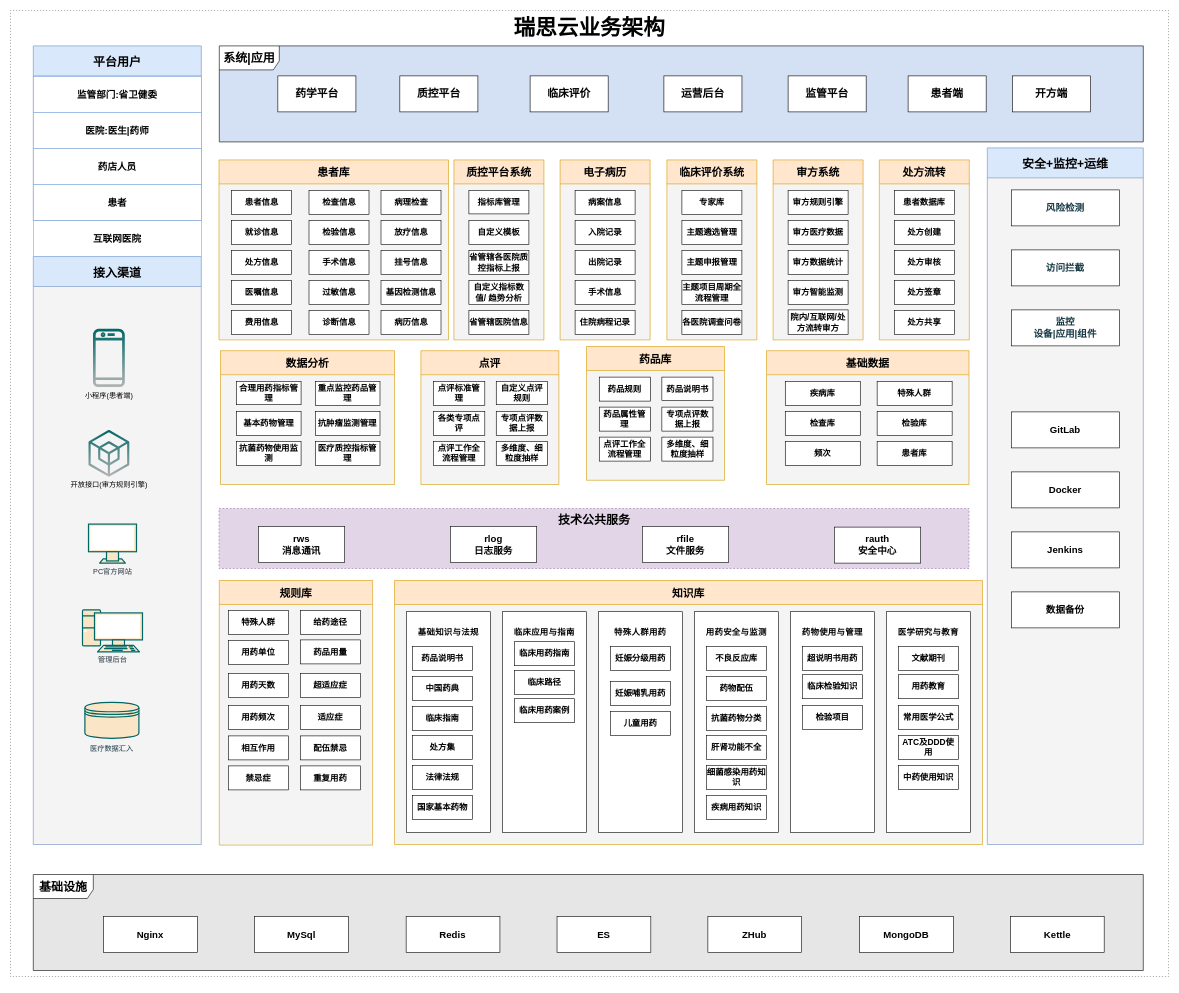
Above: page "【瑞思云业务架构】" (1 of 2) of 未命名绘图.drawio in tc608/dfile (draw.io), before the change. Source tidied: cells renumbered, new cells numbered last; positions are measured from the earlier drawing's top-left corner, leaving out a move shared by most shapes. Both pictures are drawn from the tidied source at 60%, with x=0, y=0 at pixel (10, 10).
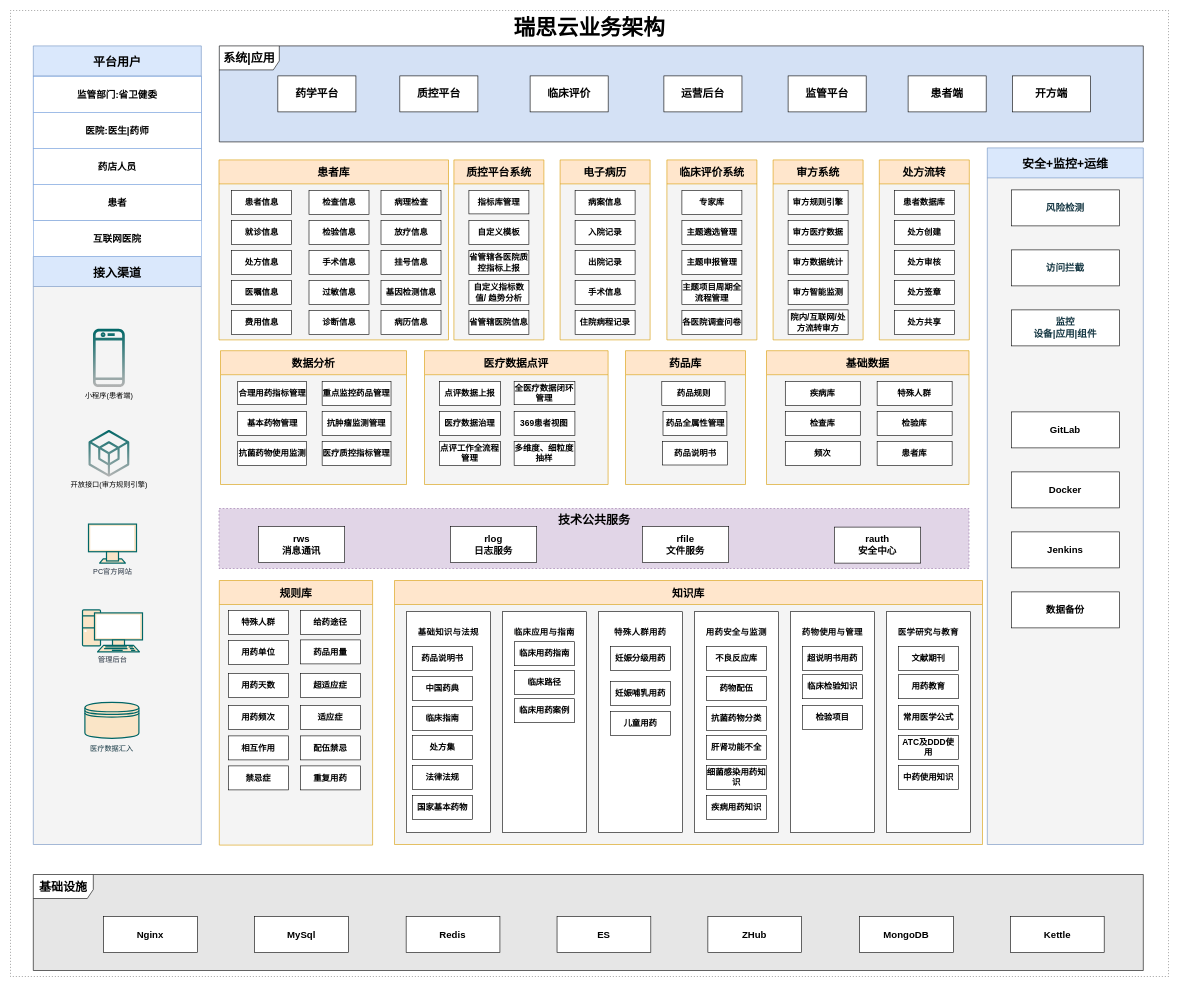
The same diagram, later.

Commit message (it also covers changes not shown here):
更新未命名绘图.drawio

Diff of the diagram source:
```diff
@@
     <mxCell id="141" style="group;" parent="1" vertex="1">
-      <mxGeometry x="350" y="567" width="290" height="223" as="geometry" />
+      <mxGeometry x="350" y="567" width="310" height="223" as="geometry" />
     </mxCell>
     <mxCell id="142" value="数据分析" style="swimlane;fontSize=18;align=center;swimlaneFillColor=#f4f4f4;fillColor=#ffe6cc;startSize=40;strokeColor=#d79b00;fontStyle=1;" parent="141" vertex="1">
-      <mxGeometry width="290" height="223" as="geometry" />
+      <mxGeometry width="310" height="223" as="geometry" />
     </mxCell>
     <mxCell id="143" value="合理用药指标管理" style="whiteSpace=wrap;html=1;fontSize=14;fontStyle=1;" parent="141" vertex="1">
-      <mxGeometry x="26.9" y="51" width="107.4" height="39" as="geometry" />
+      <mxGeometry x="28.7" y="51" width="114.8" height="39" as="geometry" />
     </mxCell>
     <mxCell id="144" value="基本药物管理" style="whiteSpace=wrap;html=1;fontSize=14;fontStyle=1;" parent="141" vertex="1">
-      <mxGeometry x="26.9" y="101" width="107.4" height="40" as="geometry" />
+      <mxGeometry x="28.7" y="101" width="114.8" height="40" as="geometry" />
     </mxCell>
     <mxCell id="145" value="抗菌药物使用监测" style="whiteSpace=wrap;html=1;fontSize=14;fontStyle=1;" parent="141" vertex="1">
-      <mxGeometry x="26.9" y="151" width="107.4" height="40" as="geometry" />
+      <mxGeometry x="28.7" y="151" width="114.8" height="40" as="geometry" />
     </mxCell>
     <mxCell id="146" value="重点监控药品管理" style="whiteSpace=wrap;html=1;fontSize=14;fontStyle=1;" parent="141" vertex="1">
-      <mxGeometry x="158.4" y="51" width="107.4" height="40" as="geometry" />
+      <mxGeometry x="169.4" y="51" width="114.8" height="40" as="geometry" />
     </mxCell>
     <mxCell id="147" value="抗肿瘤监测管理" style="whiteSpace=wrap;html=1;fontSize=14;fontStyle=1;" parent="141" vertex="1">
-      <mxGeometry x="158.4" y="101" width="107.4" height="40" as="geometry" />
+      <mxGeometry x="169.4" y="101" width="114.8" height="40" as="geometry" />
     </mxCell>
     <mxCell id="148" value="医疗质控指标管理" style="whiteSpace=wrap;html=1;fontSize=14;fontStyle=1;" parent="141" vertex="1">
-      <mxGeometry x="158.4" y="151" width="107.4" height="40" as="geometry" />
+      <mxGeometry x="169.4" y="151" width="114.8" height="40" as="geometry" />
     </mxCell>
     <mxCell id="149" style="group;" parent="1" vertex="1">
-      <mxGeometry x="684" y="567" width="230" height="223" as="geometry" />
+      <mxGeometry x="690" y="567" width="306" height="223" as="geometry" />
     </mxCell>
-    <mxCell id="150" value="点评" style="swimlane;fontSize=18;align=center;swimlaneFillColor=#f4f4f4;fillColor=#ffe6cc;startSize=40;strokeColor=#d79b00;fontStyle=1;" parent="149" vertex="1">
-      <mxGeometry width="230" height="223" as="geometry" />
+    <mxCell id="150" value="医疗数据点评" style="swimlane;fontSize=18;align=center;swimlaneFillColor=#f4f4f4;fillColor=#ffe6cc;startSize=40;strokeColor=#d79b00;fontStyle=1;" parent="149" vertex="1">
+      <mxGeometry width="306" height="223" as="geometry" />
     </mxCell>
-    <mxCell id="151" value="点评标准管理" style="whiteSpace=wrap;html=1;fontSize=14;fontStyle=1;" parent="149" vertex="1">
-      <mxGeometry x="21.3" y="51" width="85.2" height="40" as="geometry" />
+    <mxCell id="151" value="点评数据上报" style="whiteSpace=wrap;html=1;fontSize=14;fontStyle=1;" parent="149" vertex="1">
+      <mxGeometry x="25.3" y="51" width="101.3" height="40" as="geometry" />
     </mxCell>
-    <mxCell id="152" value="各类专项点评" style="whiteSpace=wrap;html=1;fontSize=14;fontStyle=1;" parent="149" vertex="1">
-      <mxGeometry x="21.3" y="101" width="85.2" height="40" as="geometry" />
+    <mxCell id="152" value="医疗数据治理" style="whiteSpace=wrap;html=1;fontSize=14;fontStyle=1;" parent="149" vertex="1">
+      <mxGeometry x="25.3" y="101" width="101.3" height="40" as="geometry" />
     </mxCell>
     <mxCell id="153" value="点评工作全流程管理" style="whiteSpace=wrap;html=1;fontSize=14;fontStyle=1;" parent="149" vertex="1">
-      <mxGeometry x="21.3" y="151" width="85.2" height="40" as="geometry" />
+      <mxGeometry x="25.3" y="151" width="101.3" height="40" as="geometry" />
     </mxCell>
-    <mxCell id="154" value="自定义点评规则" style="whiteSpace=wrap;html=1;fontSize=14;fontStyle=1;" parent="149" vertex="1">
-      <mxGeometry x="125.6" y="51" width="85.2" height="39" as="geometry" />
+    <mxCell id="154" value="全医疗数据闭环管理" style="whiteSpace=wrap;html=1;fontSize=14;fontStyle=1;" parent="149" vertex="1">
+      <mxGeometry x="149.4" y="51" width="101.3" height="39" as="geometry" />
     </mxCell>
-    <mxCell id="155" value="专项点评数据上报" style="whiteSpace=wrap;html=1;fontSize=14;fontStyle=1;" parent="149" vertex="1">
-      <mxGeometry x="125.6" y="101" width="85.2" height="40" as="geometry" />
+    <mxCell id="155" value="369患者视图" style="whiteSpace=wrap;html=1;fontSize=14;fontStyle=1;" parent="149" vertex="1">
+      <mxGeometry x="149.4" y="101" width="101.3" height="40" as="geometry" />
     </mxCell>
     <mxCell id="156" value="多维度、细粒度抽样" style="whiteSpace=wrap;html=1;fontSize=14;fontStyle=1;" parent="149" vertex="1">
-      <mxGeometry x="125.6" y="151" width="85.2" height="40" as="geometry" />
+      <mxGeometry x="149.4" y="151" width="101.3" height="40" as="geometry" />
     </mxCell>
@@
     <mxCell id="171" style="group;" parent="1" vertex="1">
-      <mxGeometry x="960" y="560" width="230" height="223" as="geometry" />
+      <mxGeometry x="1028" y="567" width="200" height="223" as="geometry" />
     </mxCell>
     <mxCell id="172" value="药品库" style="swimlane;fontSize=18;align=center;swimlaneFillColor=#f4f4f4;fillColor=#ffe6cc;startSize=40;strokeColor=#d79b00;fontStyle=1;" parent="171" vertex="1">
-      <mxGeometry width="230" height="223" as="geometry" />
+      <mxGeometry x="-3" width="200" height="223" as="geometry" />
     </mxCell>
+    <mxCell id="176" value="药品说明书" style="whiteSpace=wrap;html=1;fontSize=14;fontStyle=1;" parent="172" vertex="1">
+      <mxGeometry x="61.5" y="151.5" width="108.5" height="39" as="geometry" />
+    </mxCell>
     <mxCell id="173" value="药品规则" style="whiteSpace=wrap;html=1;fontSize=14;fontStyle=1;" parent="171" vertex="1">
-      <mxGeometry x="21.3" y="51" width="85.2" height="40" as="geometry" />
+      <mxGeometry x="57.5" y="51" width="105.5" height="40" as="geometry" />
     </mxCell>
-    <mxCell id="174" value="药品属性管理" style="whiteSpace=wrap;html=1;fontSize=14;fontStyle=1;" parent="171" vertex="1">
-      <mxGeometry x="21.3" y="101" width="85.2" height="40" as="geometry" />
+    <mxCell id="174" value="药品全属性管理" style="whiteSpace=wrap;html=1;fontSize=14;fontStyle=1;" parent="171" vertex="1">
+      <mxGeometry x="59.5" y="101" width="106.5" height="40" as="geometry" />
     </mxCell>
-    <mxCell id="175" value="点评工作全流程管理" style="whiteSpace=wrap;html=1;fontSize=14;fontStyle=1;" parent="171" vertex="1">
-      <mxGeometry x="21.3" y="151" width="85.2" height="40" as="geometry" />
-    </mxCell>
-    <mxCell id="176" value="药品说明书" style="whiteSpace=wrap;html=1;fontSize=14;fontStyle=1;" parent="171" vertex="1">
-      <mxGeometry x="125.6" y="51" width="85.2" height="39" as="geometry" />
-    </mxCell>
-    <mxCell id="177" value="专项点评数据上报" style="whiteSpace=wrap;html=1;fontSize=14;fontStyle=1;" parent="171" vertex="1">
-      <mxGeometry x="125.6" y="101" width="85.2" height="40" as="geometry" />
-    </mxCell>
-    <mxCell id="178" value="多维度、细粒度抽样" style="whiteSpace=wrap;html=1;fontSize=14;fontStyle=1;" parent="171" vertex="1">
-      <mxGeometry x="125.6" y="151" width="85.2" height="40" as="geometry" />
-    </mxCell>
```
